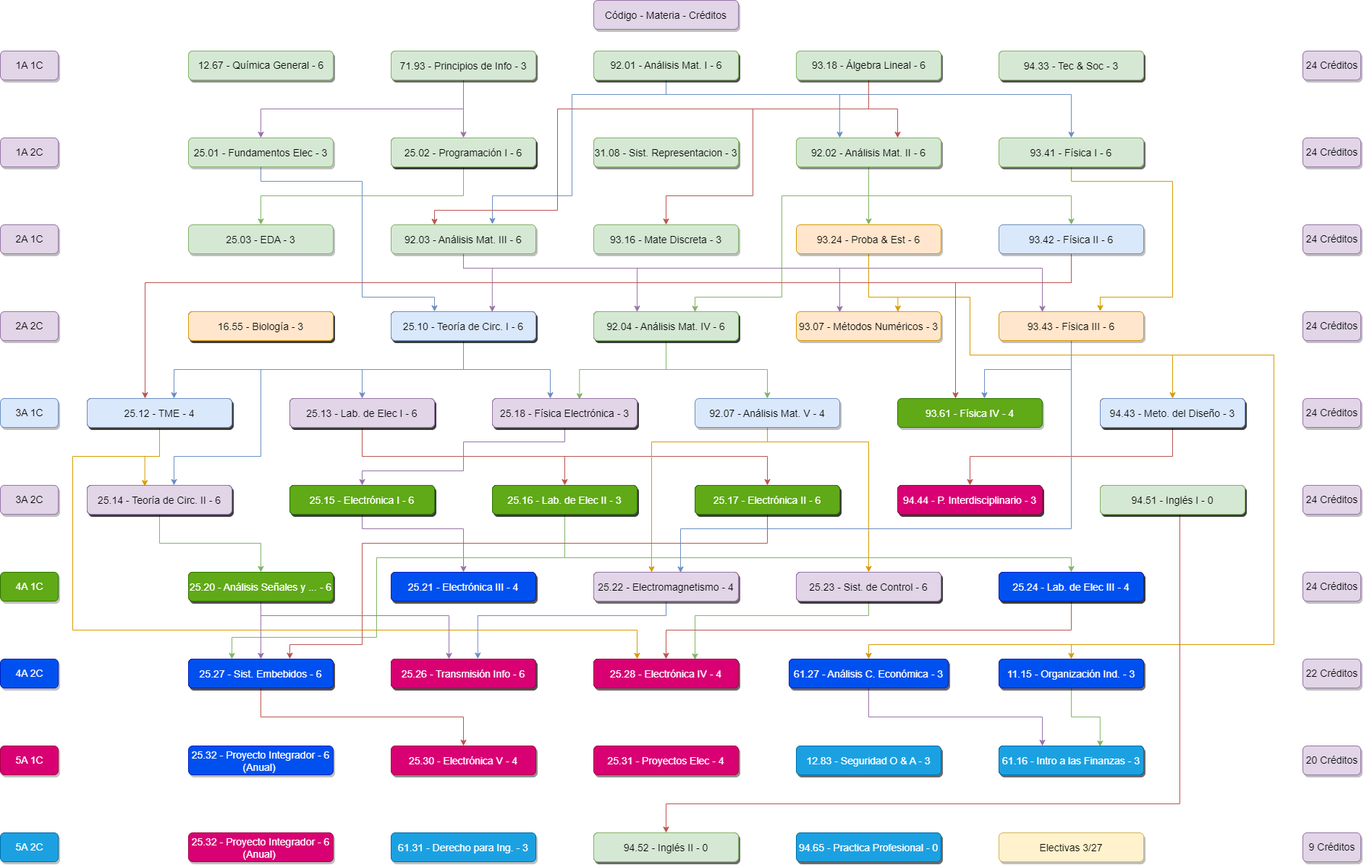
juanipla/K22 keeps this draw.io diagram as K22.drawio.png. Above is the earlier version. Source tidied: cells renumbered, new cells last; positions are measured from the earlier drawing's top-left corner, leaving out a move shared by most shapes.
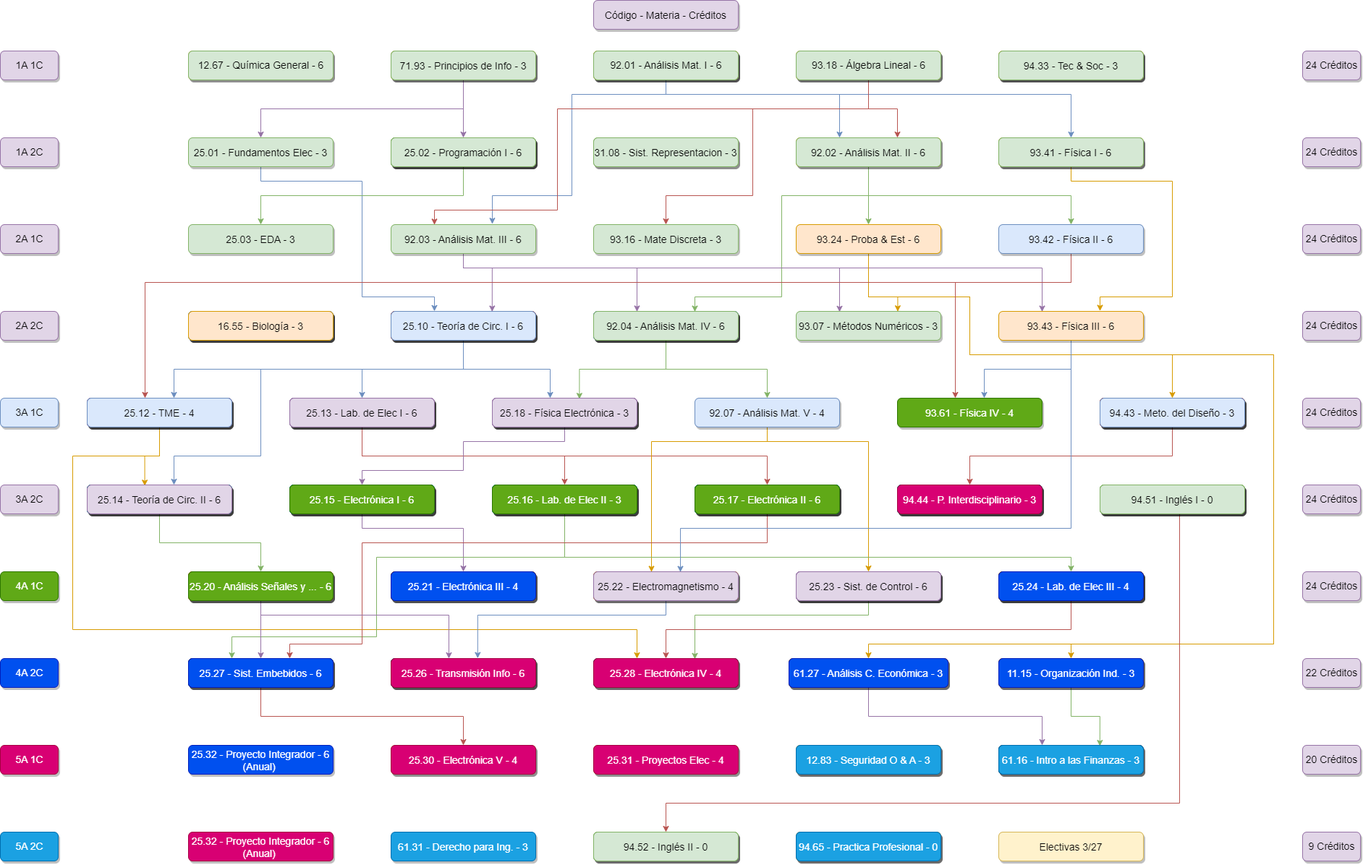
The same file after the commit.

The edit, as a diff of the source:
```diff
@@ -486,7 +486,7 @@
     <mxCell id="86" value="92.04 - Análisis Mat. IV - 6" style="rounded=1;fillColor=#dae8fc;strokeColor=#6c8ebf;shadow=1;fontStyle=0;fontSize=14;labelBorderColor=none;labelBackgroundColor=none;verticalAlign=middle;" parent="1" vertex="1">
       <mxGeometry x="820" y="430" width="200" height="40" as="geometry" />
     </mxCell>
-    <mxCell id="87" value="93.07 - Métodos Numéricos - 3" style="rounded=1;fillColor=#ffe6cc;strokeColor=#d79b00;shadow=1;fontStyle=0;fontSize=14;labelBorderColor=none;labelBackgroundColor=none;verticalAlign=middle;" parent="1" vertex="1">
+    <mxCell id="87" value="93.07 - Métodos Numéricos - 3" style="rounded=1;fillColor=#d5e8d4;strokeColor=#82b366;shadow=1;fontStyle=0;fontSize=14;labelBorderColor=none;labelBackgroundColor=none;verticalAlign=middle;" parent="1" vertex="1">
       <mxGeometry x="1100" y="430" width="200" height="40" as="geometry" />
     </mxCell>
     <mxCell id="88" style="edgeStyle=orthogonalEdgeStyle;rounded=0;jumpStyle=none;jettySize=auto;html=1;fillColor=#dae8fc;strokeColor=#6c8ebf;" parent="1" edge="1" source="90">
```
